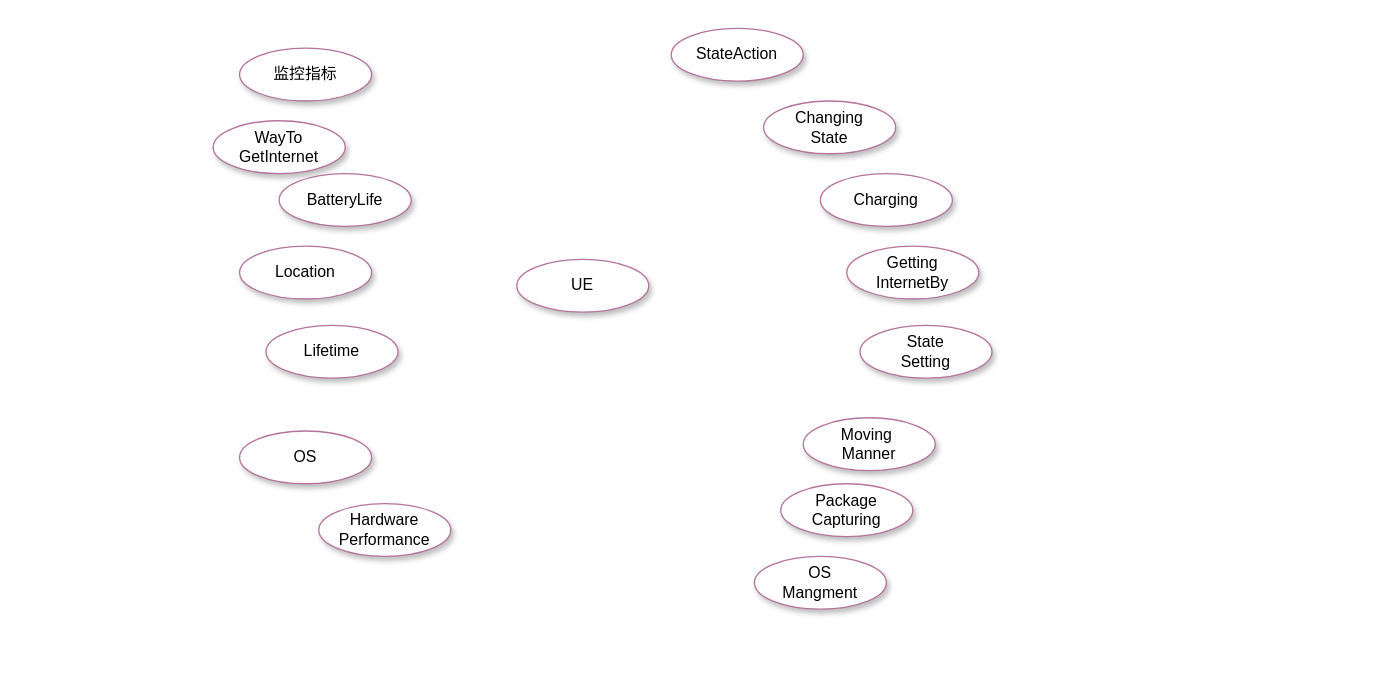
The draw.io diagram page "Page-3" (3 of 3) of 描述语言RDF图.drawio in Icarus1994/neutron_conf, before the edit. Source tidied: cells renumbered, new cells numbered last; positions are measured from the earlier drawing's top-left corner, leaving out a move shared by most shapes. Both pictures are drawn from the tidied source at 132%, with x=0, y=0 at pixel (213, 28).
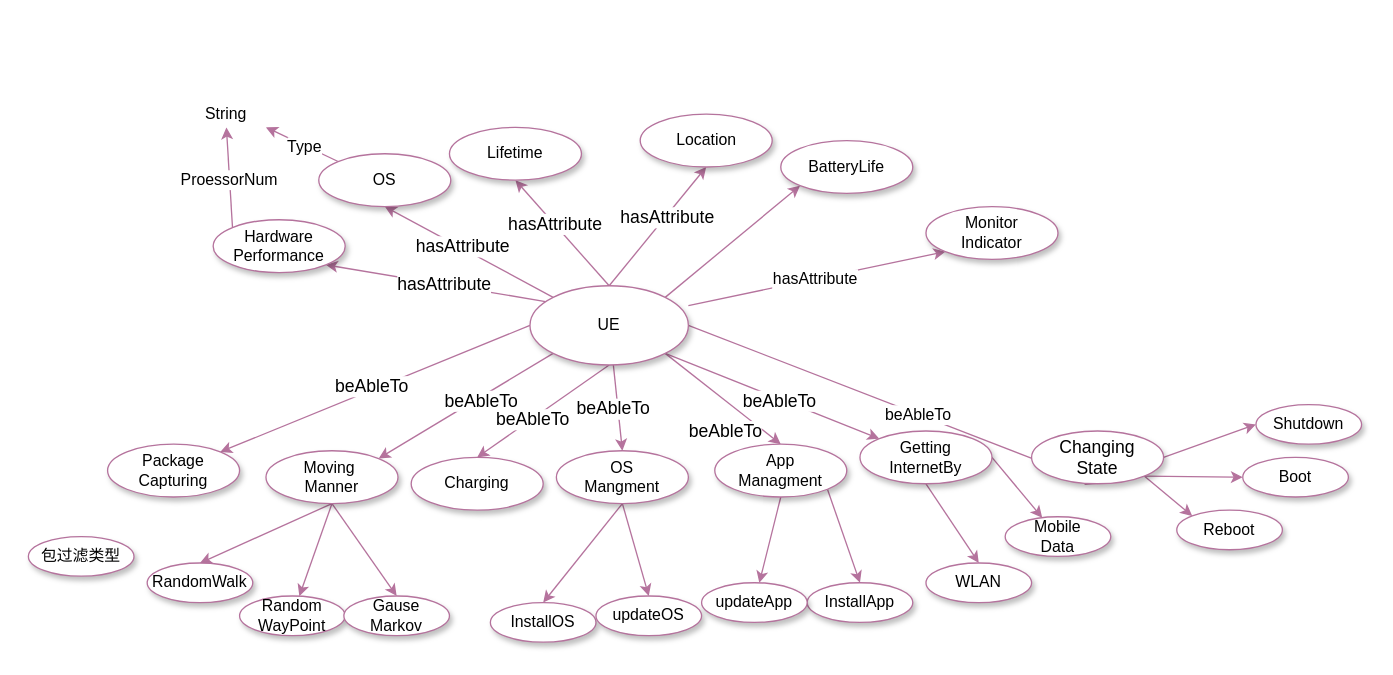
The same diagram, later.

Diff of the diagram source:
```diff
@@
+    <mxCell id="18" style="rounded=0;jettySize=auto;html=1;exitX=1;exitY=0.25;exitDx=0;exitDy=0;entryX=0;entryY=1;entryDx=0;entryDy=0;strokeColor=#B5739D;exitPerimeter=0;" parent="1" edge="1" source="2" target="6">
+      <mxGeometry relative="1" as="geometry" />
+    </mxCell>
+    <mxCell id="19" value="hasAttribute" style="text;html=1;align=center;verticalAlign=middle;labelBackgroundColor=#ffffff;" parent="18" vertex="1">
+      <mxGeometry x="-0.01" relative="1" as="geometry" />
+    </mxCell>
+    <mxCell id="20" style="edgeStyle=none;rounded=0;jettySize=auto;html=1;exitX=1;exitY=0;exitDx=0;exitDy=0;entryX=0;entryY=1;entryDx=0;entryDy=0;strokeColor=#B5739D;" parent="1" edge="1" source="2" target="11">
+      <mxGeometry relative="1" as="geometry" />
+    </mxCell>
+    <mxCell id="21" style="edgeStyle=none;rounded=0;jettySize=auto;html=1;exitX=0.5;exitY=0;exitDx=0;exitDy=0;entryX=0.5;entryY=1;entryDx=0;entryDy=0;strokeColor=#B5739D;" parent="1" edge="1" source="2" target="8">
+      <mxGeometry relative="1" as="geometry" />
+    </mxCell>
+    <mxCell id="22" value="&lt;span style=&quot;font-size: 13.3333px&quot;&gt;hasAttribute&lt;/span&gt;" style="text;html=1;align=center;verticalAlign=middle;labelBackgroundColor=#ffffff;" parent="21" vertex="1">
+      <mxGeometry x="0.17" y="-1" relative="1" as="geometry" />
+    </mxCell>
+    <mxCell id="23" style="edgeStyle=none;rounded=0;jettySize=auto;html=1;entryX=0.5;entryY=1;entryDx=0;entryDy=0;strokeColor=#B5739D;exitX=0.5;exitY=0;exitDx=0;exitDy=0;" parent="1" edge="1" source="2" target="17">
+      <mxGeometry relative="1" as="geometry" />
+    </mxCell>
+    <mxCell id="24" value="&lt;span style=&quot;font-size: 13.3333px&quot;&gt;hasAttribute&lt;/span&gt;" style="text;html=1;align=center;verticalAlign=middle;labelBackgroundColor=#ffffff;" parent="23" vertex="1">
+      <mxGeometry x="0.18" y="-1" relative="1" as="geometry" />
+    </mxCell>
+    <mxCell id="25" style="edgeStyle=none;rounded=0;jettySize=auto;html=1;exitX=0;exitY=0;exitDx=0;exitDy=0;entryX=0.5;entryY=1;entryDx=0;entryDy=0;strokeColor=#B5739D;" parent="1" edge="1" source="2" target="4">
+      <mxGeometry relative="1" as="geometry" />
+    </mxCell>
+    <mxCell id="26" value="&lt;span style=&quot;font-size: 13.3333px&quot;&gt;hasAttribute&lt;/span&gt;" style="text;html=1;align=center;verticalAlign=middle;labelBackgroundColor=#ffffff;" parent="25" vertex="1">
+      <mxGeometry x="0.1" y="-2" relative="1" as="geometry" />
+    </mxCell>
+    <mxCell id="27" style="edgeStyle=none;rounded=0;jettySize=auto;html=1;exitX=0.098;exitY=0.199;exitDx=0;exitDy=0;entryX=1;entryY=1;entryDx=0;entryDy=0;strokeColor=#B5739D;exitPerimeter=0;" parent="1" edge="1" source="2" target="3">
+      <mxGeometry relative="1" as="geometry" />
+    </mxCell>
+    <mxCell id="28" value="&lt;span style=&quot;font-size: 13.3333px&quot;&gt;hasAttribute&lt;/span&gt;" style="text;html=1;align=center;verticalAlign=middle;labelBackgroundColor=#ffffff;" parent="27" vertex="1">
+      <mxGeometry x="-0.07" y="-1" relative="1" as="geometry" />
+    </mxCell>
+    <mxCell id="29" style="edgeStyle=none;rounded=0;jettySize=auto;html=1;entryX=0.5;entryY=0;entryDx=0;entryDy=0;strokeColor=#B5739D;" parent="1" edge="1" source="2" target="14">
+      <mxGeometry relative="1" as="geometry" />
+    </mxCell>
+    <mxCell id="30" value="&lt;span style=&quot;font-size: 13.3333px&quot;&gt;beAbleTo&lt;/span&gt;" style="text;html=1;align=center;verticalAlign=middle;labelBackgroundColor=#ffffff;" parent="29" vertex="1">
+      <mxGeometry x="-0.01" y="-4" relative="1" as="geometry" />
+    </mxCell>
+    <mxCell id="31" style="edgeStyle=none;rounded=0;jettySize=auto;html=1;exitX=0;exitY=0.5;exitDx=0;exitDy=0;entryX=1;entryY=0;entryDx=0;entryDy=0;strokeColor=#B5739D;" parent="1" edge="1" source="2" target="16">
+      <mxGeometry relative="1" as="geometry" />
+    </mxCell>
+    <mxCell id="32" value="&lt;span style=&quot;font-size: 13.3333px&quot;&gt;beAbleTo&lt;/span&gt;" style="text;html=1;align=center;verticalAlign=middle;labelBackgroundColor=#ffffff;" parent="31" vertex="1">
+      <mxGeometry x="0.02" y="-4" relative="1" as="geometry" />
+    </mxCell>
+    <mxCell id="33" style="edgeStyle=none;rounded=0;jettySize=auto;html=1;exitX=0;exitY=1;exitDx=0;exitDy=0;entryX=1;entryY=0;entryDx=0;entryDy=0;strokeColor=#B5739D;" parent="1" edge="1" source="2" target="7">
+      <mxGeometry relative="1" as="geometry" />
+    </mxCell>
+    <mxCell id="34" value="&lt;span style=&quot;font-size: 13.3333px&quot;&gt;beAbleTo&lt;/span&gt;" style="text;html=1;align=center;verticalAlign=middle;labelBackgroundColor=#ffffff;" parent="33" vertex="1">
+      <mxGeometry x="-0.15" y="2" relative="1" as="geometry" />
+    </mxCell>
+    <mxCell id="35" style="edgeStyle=none;rounded=0;jettySize=auto;html=1;exitX=1;exitY=1;exitDx=0;exitDy=0;entryX=0.5;entryY=0;entryDx=0;entryDy=0;strokeColor=#B5739D;" parent="1" edge="1" source="2" target="12">
+      <mxGeometry relative="1" as="geometry" />
+    </mxCell>
+    <mxCell id="36" value="&lt;span style=&quot;font-size: 13.3333px&quot;&gt;beAbleTo&lt;/span&gt;" style="text;html=1;align=center;verticalAlign=middle;labelBackgroundColor=#ffffff;" parent="35" vertex="1">
+      <mxGeometry x="0.37" relative="1" as="geometry">
+        <mxPoint x="-14.4" y="11.2" as="offset" />
+      </mxGeometry>
+    </mxCell>
+    <mxCell id="37" style="edgeStyle=none;rounded=0;jettySize=auto;html=1;exitX=1;exitY=1;exitDx=0;exitDy=0;entryX=0;entryY=0;entryDx=0;entryDy=0;strokeColor=#B5739D;" parent="1" edge="1" source="2" target="15">
+      <mxGeometry relative="1" as="geometry" />
+    </mxCell>
+    <mxCell id="38" value="&lt;span style=&quot;font-size: 13.3333px&quot;&gt;beAbleTo&lt;/span&gt;" style="text;html=1;align=center;verticalAlign=middle;labelBackgroundColor=#ffffff;" parent="37" vertex="1">
+      <mxGeometry x="0.06" y="-1" relative="1" as="geometry" />
+    </mxCell>
+    <mxCell id="39" style="edgeStyle=none;rounded=0;jettySize=auto;html=1;entryX=0.5;entryY=0;entryDx=0;entryDy=0;strokeColor=#B5739D;exitX=0.5;exitY=1;exitDx=0;exitDy=0;" parent="1" edge="1" source="2" target="9">
+      <mxGeometry relative="1" as="geometry" />
+    </mxCell>
+    <mxCell id="40" value="&lt;span style=&quot;font-size: 13.3333px&quot;&gt;beAbleTo&lt;/span&gt;" style="text;html=1;align=center;verticalAlign=middle;labelBackgroundColor=#ffffff;" parent="39" vertex="1">
+      <mxGeometry x="0.16" relative="1" as="geometry" />
+    </mxCell>
+    <mxCell id="41" style="edgeStyle=none;rounded=0;jettySize=auto;html=1;exitX=1;exitY=0.5;exitDx=0;exitDy=0;entryX=0.5;entryY=1;entryDx=0;entryDy=0;strokeColor=#B5739D;" parent="1" edge="1" source="2" target="10">
+      <mxGeometry relative="1" as="geometry" />
+    </mxCell>
+    <mxCell id="42" value="beAbleTo" style="text;html=1;align=center;verticalAlign=middle;labelBackgroundColor=#ffffff;" parent="41" vertex="1">
+      <mxGeometry x="0.12" relative="1" as="geometry" />
+    </mxCell>
     <mxCell id="2" value="UE" style="ellipse;whiteSpace=wrap;html=1;align=center;shadow=1;fillColor=#FFFFFF;strokeColor=#B5739D;" parent="1" vertex="1">
-      <mxGeometry x="230" y="175" width="100" height="40" as="geometry" />
+      <mxGeometry x="240" y="195" width="120" height="60" as="geometry" />
     </mxCell>
+    <mxCell id="43" style="edgeStyle=none;rounded=0;jettySize=auto;html=1;exitX=0;exitY=0;exitDx=0;exitDy=0;entryX=0.5;entryY=1;entryDx=0;entryDy=0;strokeColor=#B5739D;" parent="1" edge="1" source="3" target="72">
+      <mxGeometry relative="1" as="geometry" />
+    </mxCell>
+    <mxCell id="44" value="ProessorNum&lt;br&gt;" style="text;html=1;align=center;verticalAlign=middle;labelBackgroundColor=#ffffff;" parent="43" vertex="1">
+      <mxGeometry x="-0.05" y="1" relative="1" as="geometry" />
+    </mxCell>
     <mxCell id="3" value="Hardware&lt;br&gt;Performance" style="ellipse;whiteSpace=wrap;html=1;align=center;shadow=1;fillColor=#FFFFFF;strokeColor=#B5739D;" parent="1" vertex="1">
-      <mxGeometry x="80" y="360" width="100" height="40" as="geometry" />
+      <mxGeometry y="145" width="100" height="40" as="geometry" />
     </mxCell>
+    <mxCell id="45" style="edgeStyle=none;rounded=0;jettySize=auto;html=1;exitX=0;exitY=0;exitDx=0;exitDy=0;strokeColor=#B5739D;" parent="1" edge="1" source="4">
+      <mxGeometry relative="1" as="geometry">
+        <mxPoint x="40" y="75" as="targetPoint" />
+      </mxGeometry>
+    </mxCell>
+    <mxCell id="46" value="Type" style="text;html=1;align=center;verticalAlign=middle;labelBackgroundColor=#ffffff;" parent="45" vertex="1">
+      <mxGeometry x="-0.07" y="1" relative="1" as="geometry" />
+    </mxCell>
     <mxCell id="4" value="OS" style="ellipse;whiteSpace=wrap;html=1;align=center;shadow=1;fillColor=#FFFFFF;strokeColor=#B5739D;" parent="1" vertex="1">
-      <mxGeometry x="20" y="305" width="100" height="40" as="geometry" />
+      <mxGeometry x="80" y="95" width="100" height="40" as="geometry" />
     </mxCell>
-    <mxCell id="5" value="WayTo&lt;br&gt;GetInternet" style="ellipse;whiteSpace=wrap;html=1;align=center;shadow=1;fillColor=#FFFFFF;strokeColor=#B5739D;" parent="1" vertex="1">
-      <mxGeometry y="70" width="100" height="40" as="geometry" />
-    </mxCell>
-    <mxCell id="6" value="监控指标" style="ellipse;whiteSpace=wrap;html=1;align=center;shadow=1;fillColor=#FFFFFF;strokeColor=#B5739D;" parent="1" vertex="1">
-      <mxGeometry x="20" y="15" width="100" height="40" as="geometry" />
+    <mxCell id="6" value="Monitor&lt;br&gt;Indicator" style="ellipse;whiteSpace=wrap;html=1;align=center;shadow=1;fillColor=#FFFFFF;strokeColor=#B5739D;" parent="1" vertex="1">
+      <mxGeometry x="540" y="135" width="100" height="40" as="geometry" />
     </mxCell>
+    <mxCell id="47" style="edgeStyle=none;rounded=0;jettySize=auto;html=1;exitX=0.5;exitY=1;exitDx=0;exitDy=0;entryX=0.5;entryY=0;entryDx=0;entryDy=0;strokeColor=#B5739D;" parent="1" edge="1" source="7" target="68">
+      <mxGeometry relative="1" as="geometry" />
+    </mxCell>
+    <mxCell id="48" style="edgeStyle=none;rounded=0;jettySize=auto;html=1;exitX=0.5;exitY=1;exitDx=0;exitDy=0;strokeColor=#B5739D;" parent="1" edge="1" source="7" target="69">
+      <mxGeometry relative="1" as="geometry" />
+    </mxCell>
+    <mxCell id="49" style="edgeStyle=none;rounded=0;jettySize=auto;html=1;exitX=0.5;exitY=1;exitDx=0;exitDy=0;entryX=0.5;entryY=0;entryDx=0;entryDy=0;strokeColor=#B5739D;" parent="1" edge="1" source="7" target="70">
+      <mxGeometry relative="1" as="geometry" />
+    </mxCell>
     <mxCell id="7" value="Moving&amp;nbsp;&lt;br&gt;Manner" style="ellipse;whiteSpace=wrap;html=1;align=center;shadow=1;fillColor=#FFFFFF;strokeColor=#B5739D;" parent="1" vertex="1">
-      <mxGeometry x="447" y="295" width="100" height="40" as="geometry" />
+      <mxGeometry x="40" y="320" width="100" height="40" as="geometry" />
     </mxCell>
     <mxCell id="8" value="Location" style="ellipse;whiteSpace=wrap;html=1;align=center;shadow=1;fillColor=#FFFFFF;strokeColor=#B5739D;" parent="1" vertex="1">
-      <mxGeometry x="20" y="165" width="100" height="40" as="geometry" />
+      <mxGeometry x="323.5" y="65" width="100" height="40" as="geometry" />
     </mxCell>
     <mxCell id="9" value="Charging" style="ellipse;whiteSpace=wrap;html=1;align=center;shadow=1;fillColor=#FFFFFF;strokeColor=#B5739D;" parent="1" vertex="1">
-      <mxGeometry x="460" y="110" width="100" height="40" as="geometry" />
+      <mxGeometry x="150" y="325" width="100" height="40" as="geometry" />
     </mxCell>
+    <mxCell id="50" style="edgeStyle=none;rounded=0;jettySize=auto;html=1;exitX=1;exitY=0.5;exitDx=0;exitDy=0;entryX=0;entryY=0.5;entryDx=0;entryDy=0;strokeColor=#B5739D;" parent="1" edge="1" source="10" target="63">
+      <mxGeometry relative="1" as="geometry" />
+    </mxCell>
+    <mxCell id="51" style="edgeStyle=none;rounded=0;jettySize=auto;html=1;exitX=1;exitY=1;exitDx=0;exitDy=0;entryX=0;entryY=0.5;entryDx=0;entryDy=0;strokeColor=#B5739D;" parent="1" edge="1" source="10" target="61">
+      <mxGeometry relative="1" as="geometry" />
+    </mxCell>
+    <mxCell id="52" style="edgeStyle=none;rounded=0;jettySize=auto;html=1;exitX=1;exitY=1;exitDx=0;exitDy=0;entryX=0;entryY=0;entryDx=0;entryDy=0;strokeColor=#B5739D;" parent="1" edge="1" source="10" target="62">
+      <mxGeometry relative="1" as="geometry" />
+    </mxCell>
-    <mxCell id="10" value="StateAction" style="ellipse;whiteSpace=wrap;html=1;align=center;shadow=1;fillColor=#FFFFFF;strokeColor=#B5739D;" parent="1" vertex="1">
-      <mxGeometry x="347" width="100" height="40" as="geometry" />
+    <mxCell id="10" value="&lt;span style=&quot;font-size: 13.3333px&quot;&gt;Changing&lt;/span&gt;&lt;br style=&quot;font-size: 13.3333px&quot;&gt;&lt;span style=&quot;font-size: 13.3333px&quot;&gt;State&lt;/span&gt;" style="ellipse;whiteSpace=wrap;html=1;align=center;shadow=1;fillColor=#FFFFFF;strokeColor=#B5739D;" parent="1" vertex="1">
+      <mxGeometry x="620" y="305" width="100" height="40" as="geometry" />
     </mxCell>
     <mxCell id="11" value="BatteryLife" style="ellipse;whiteSpace=wrap;html=1;align=center;shadow=1;fillColor=#FFFFFF;strokeColor=#B5739D;" parent="1" vertex="1">
-      <mxGeometry x="50" y="110" width="100" height="40" as="geometry" />
+      <mxGeometry x="430" y="85" width="100" height="40" as="geometry" />
     </mxCell>
+    <mxCell id="53" style="edgeStyle=none;rounded=0;jettySize=auto;html=1;exitX=0.5;exitY=1;exitDx=0;exitDy=0;strokeColor=#B5739D;" parent="1" edge="1" source="12" target="65">
+      <mxGeometry relative="1" as="geometry" />
+    </mxCell>
+    <mxCell id="54" style="edgeStyle=none;rounded=0;jettySize=auto;html=1;exitX=1;exitY=1;exitDx=0;exitDy=0;entryX=0.5;entryY=0;entryDx=0;entryDy=0;strokeColor=#B5739D;" parent="1" edge="1" source="12" target="64">
+      <mxGeometry relative="1" as="geometry" />
+    </mxCell>
-    <mxCell id="12" value="State&lt;br&gt;Setting" style="ellipse;whiteSpace=wrap;html=1;align=center;shadow=1;fillColor=#FFFFFF;strokeColor=#B5739D;" parent="1" vertex="1">
-      <mxGeometry x="490" y="225" width="100" height="40" as="geometry" />
+    <mxCell id="12" value="App&lt;br&gt;Managment" style="ellipse;whiteSpace=wrap;html=1;align=center;shadow=1;fillColor=#FFFFFF;strokeColor=#B5739D;" parent="1" vertex="1">
+      <mxGeometry x="380" y="315" width="100" height="40" as="geometry" />
     </mxCell>
-    <mxCell id="13" value="Changing&lt;br&gt;State" style="ellipse;whiteSpace=wrap;html=1;align=center;shadow=1;fillColor=#FFFFFF;strokeColor=#B5739D;" parent="1" vertex="1">
-      <mxGeometry x="417" y="55" width="100" height="40" as="geometry" />
-    </mxCell>
+    <mxCell id="55" style="edgeStyle=none;rounded=0;jettySize=auto;html=1;exitX=0.5;exitY=1;exitDx=0;exitDy=0;entryX=0.5;entryY=0;entryDx=0;entryDy=0;strokeColor=#B5739D;" parent="1" edge="1" source="14" target="66">
+      <mxGeometry relative="1" as="geometry" />
+    </mxCell>
+    <mxCell id="56" style="edgeStyle=none;rounded=0;jettySize=auto;html=1;exitX=0.5;exitY=1;exitDx=0;exitDy=0;entryX=0.5;entryY=0;entryDx=0;entryDy=0;strokeColor=#B5739D;" parent="1" edge="1" source="14" target="67">
+      <mxGeometry relative="1" as="geometry" />
+    </mxCell>
     <mxCell id="14" value="OS&lt;br&gt;Mangment" style="ellipse;whiteSpace=wrap;html=1;align=center;shadow=1;fillColor=#FFFFFF;strokeColor=#B5739D;" parent="1" vertex="1">
-      <mxGeometry x="410" y="400" width="100" height="40" as="geometry" />
+      <mxGeometry x="260" y="320" width="100" height="40" as="geometry" />
     </mxCell>
+    <mxCell id="57" style="edgeStyle=none;rounded=0;jettySize=auto;html=1;exitX=0.5;exitY=1;exitDx=0;exitDy=0;entryX=0.5;entryY=0;entryDx=0;entryDy=0;strokeColor=#B5739D;" parent="1" edge="1" source="15" target="59">
+      <mxGeometry relative="1" as="geometry" />
+    </mxCell>
+    <mxCell id="58" style="edgeStyle=none;rounded=0;jettySize=auto;html=1;exitX=1;exitY=0.5;exitDx=0;exitDy=0;strokeColor=#B5739D;" parent="1" edge="1" source="15" target="60">
+      <mxGeometry relative="1" as="geometry" />
+    </mxCell>
     <mxCell id="15" value="Getting&lt;br&gt;InternetBy" style="ellipse;whiteSpace=wrap;html=1;align=center;shadow=1;fillColor=#FFFFFF;strokeColor=#B5739D;" parent="1" vertex="1">
-      <mxGeometry x="480" y="165" width="100" height="40" as="geometry" />
+      <mxGeometry x="490" y="305" width="100" height="40" as="geometry" />
     </mxCell>
     <mxCell id="16" value="Package&lt;br&gt;Capturing" style="ellipse;whiteSpace=wrap;html=1;align=center;shadow=1;fillColor=#FFFFFF;strokeColor=#B5739D;" parent="1" vertex="1">
-      <mxGeometry x="430" y="345" width="100" height="40" as="geometry" />
+      <mxGeometry x="-80" y="315" width="100" height="40" as="geometry" />
     </mxCell>
     <mxCell id="17" value="Lifetime" style="ellipse;whiteSpace=wrap;html=1;align=center;shadow=1;fillColor=#FFFFFF;strokeColor=#B5739D;" parent="1" vertex="1">
-      <mxGeometry x="40" y="225" width="100" height="40" as="geometry" />
+      <mxGeometry x="179" y="75" width="100" height="40" as="geometry" />
     </mxCell>
+    <mxCell id="59" value="WLAN" style="ellipse;whiteSpace=wrap;html=1;align=center;shadow=1;fillColor=#FFFFFF;strokeColor=#B5739D;" parent="1" vertex="1">
+      <mxGeometry x="540" y="405" width="80" height="30" as="geometry" />
+    </mxCell>
+    <mxCell id="60" value="Mobile&lt;br&gt;Data" style="ellipse;whiteSpace=wrap;html=1;align=center;shadow=1;fillColor=#FFFFFF;strokeColor=#B5739D;" parent="1" vertex="1">
+      <mxGeometry x="600" y="370" width="80" height="30" as="geometry" />
+    </mxCell>
+    <mxCell id="61" value="Boot" style="ellipse;whiteSpace=wrap;html=1;align=center;shadow=1;fillColor=#FFFFFF;strokeColor=#B5739D;" parent="1" vertex="1">
+      <mxGeometry x="780" y="325" width="80" height="30" as="geometry" />
+    </mxCell>
+    <mxCell id="62" value="Reboot" style="ellipse;whiteSpace=wrap;html=1;align=center;shadow=1;fillColor=#FFFFFF;strokeColor=#B5739D;" parent="1" vertex="1">
+      <mxGeometry x="730" y="365" width="80" height="30" as="geometry" />
+    </mxCell>
+    <mxCell id="63" value="Shutdown" style="ellipse;whiteSpace=wrap;html=1;align=center;shadow=1;fillColor=#FFFFFF;strokeColor=#B5739D;" parent="1" vertex="1">
+      <mxGeometry x="790" y="285" width="80" height="30" as="geometry" />
+    </mxCell>
+    <mxCell id="64" value="InstallApp" style="ellipse;whiteSpace=wrap;html=1;align=center;shadow=1;fillColor=#FFFFFF;strokeColor=#B5739D;" parent="1" vertex="1">
+      <mxGeometry x="450" y="420" width="80" height="30" as="geometry" />
+    </mxCell>
+    <mxCell id="65" value="updateApp" style="ellipse;whiteSpace=wrap;html=1;align=center;shadow=1;fillColor=#FFFFFF;strokeColor=#B5739D;" parent="1" vertex="1">
+      <mxGeometry x="370" y="420" width="80" height="30" as="geometry" />
+    </mxCell>
+    <mxCell id="66" value="InstallOS" style="ellipse;whiteSpace=wrap;html=1;align=center;shadow=1;fillColor=#FFFFFF;strokeColor=#B5739D;" parent="1" vertex="1">
+      <mxGeometry x="210" y="435" width="80" height="30" as="geometry" />
+    </mxCell>
+    <mxCell id="67" value="updateOS" style="ellipse;whiteSpace=wrap;html=1;align=center;shadow=1;fillColor=#FFFFFF;strokeColor=#B5739D;" parent="1" vertex="1">
+      <mxGeometry x="290" y="430" width="80" height="30" as="geometry" />
+    </mxCell>
+    <mxCell id="68" value="RandomWalk" style="ellipse;whiteSpace=wrap;html=1;align=center;shadow=1;fillColor=#FFFFFF;strokeColor=#B5739D;" parent="1" vertex="1">
+      <mxGeometry x="-50" y="405" width="80" height="30" as="geometry" />
+    </mxCell>
+    <mxCell id="69" value="Random&lt;br&gt;WayPoint" style="ellipse;whiteSpace=wrap;html=1;align=center;shadow=1;fillColor=#FFFFFF;strokeColor=#B5739D;" parent="1" vertex="1">
+      <mxGeometry x="20" y="430" width="80" height="30" as="geometry" />
+    </mxCell>
+    <mxCell id="70" value="Gause&lt;br&gt;Markov" style="ellipse;whiteSpace=wrap;html=1;align=center;shadow=1;fillColor=#FFFFFF;strokeColor=#B5739D;" parent="1" vertex="1">
+      <mxGeometry x="99" y="430" width="80" height="30" as="geometry" />
+    </mxCell>
+    <mxCell id="71" value="包过滤类型" style="ellipse;whiteSpace=wrap;html=1;align=center;shadow=1;fillColor=#FFFFFF;strokeColor=#B5739D;" parent="1" vertex="1">
+      <mxGeometry x="-140" y="385" width="80" height="30" as="geometry" />
+    </mxCell>
+    <mxCell id="72" value="String" style="text;html=1;strokeColor=none;fillColor=none;align=center;verticalAlign=middle;whiteSpace=wrap;rounded=0;" parent="1" vertex="1">
+      <mxGeometry x="-10" y="55" width="40" height="20" as="geometry" />
+    </mxCell>
```
